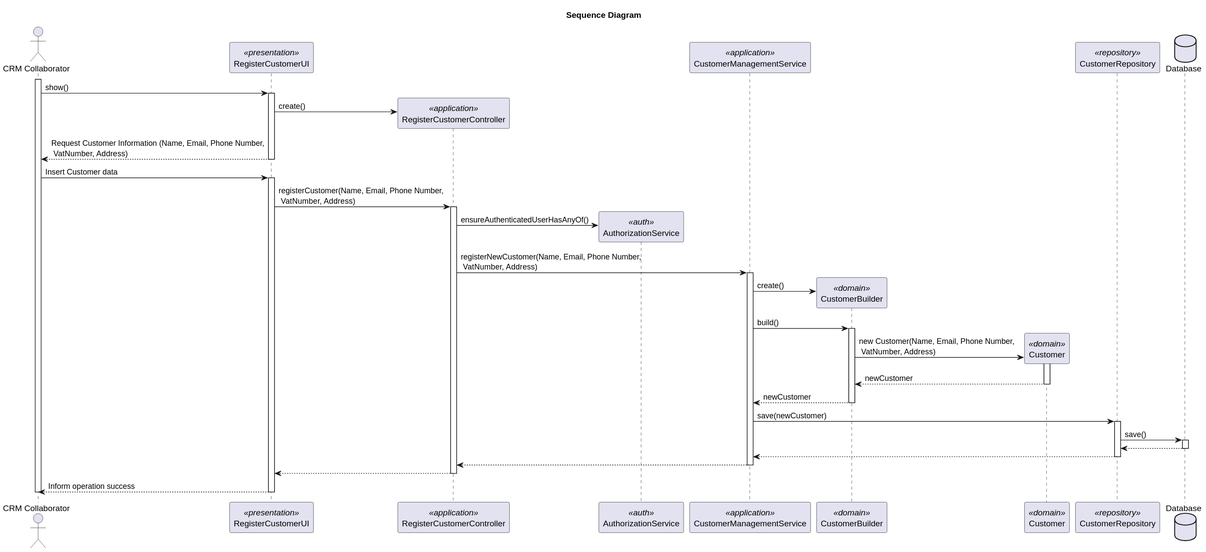
This is docs/Sprint2/us_220/images/sequence-diagram-US220.svg from rubenFreitas1/ISEP-LAPR4-2024-2025, a PlantUML export, as it was before one commit.
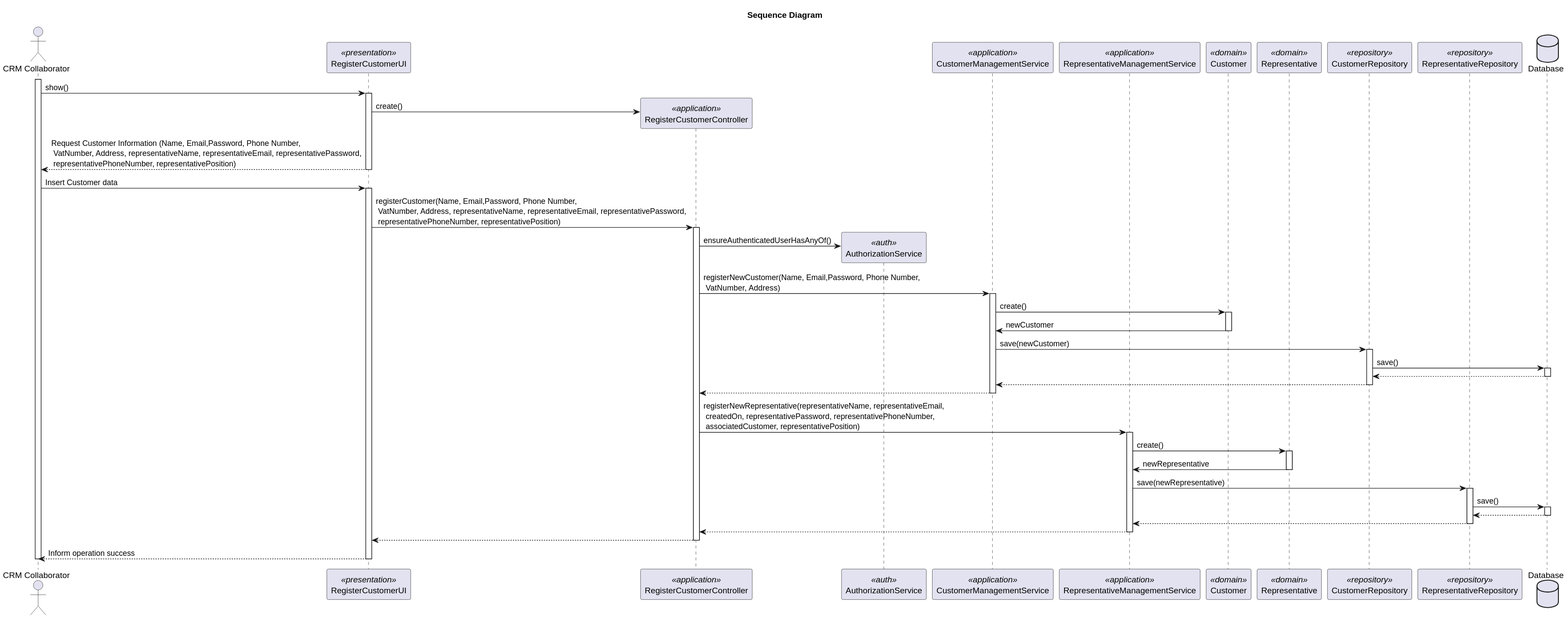
After the commit.

The edit, as a diff of the source:
```diff
@@ -6,9 +6,11 @@
 participant "RegisterCustomerController" as Controller <<application>>
 participant "AuthorizationService" as AuthorizationService <<auth>>
 participant "CustomerManagementService" as CustomerManagementService <<application>>
-participant "CustomerBuilder" as CustomerBuilder <<domain>>
+participant "RepresentativeManagementService" as RepresentativeManagementService <<application>>
 participant "Customer" as Customer <<domain>>
+participant "Representative" as Representative <<domain>>
 participant "CustomerRepository" as CustomerRepository <<repository>>
+participant "RepresentativeRepository" as RepresentativeRepository <<repository>>
 database "Database" as Database
 
 activate Actor
@@ -18,7 +20,7 @@
 
 UI -> Controller** : create()
 
-UI --> Actor: Request Customer Information (Name, Email, Phone Number,\n VatNumber, Address)
+UI --> Actor: Request Customer Information (Name, Email,Password, Phone Number,\n VatNumber, Address, representativeName, representativeEmail, representativePassword,\n representativePhoneNumber, representativePosition)
 deactivate UI
 
 Actor -> UI: Insert Customer data
@@ -26,30 +28,24 @@
 
     activate UI
 
-        UI -> Controller : registerCustomer(Name, Email, Phone Number,\n VatNumber, Address)
+        UI -> Controller : registerCustomer(Name, Email,Password, Phone Number,\n VatNumber, Address, representativeName, representativeEmail, representativePassword,\n representativePhoneNumber, representativePosition)
             activate Controller
 
                 Controller -> AuthorizationService** : ensureAuthenticatedUserHasAnyOf()
 
                 deactivate AuthorizationService
 
-                Controller -> CustomerManagementService : registerNewCustomer(Name, Email, Phone Number,\n VatNumber, Address)
+                Controller -> CustomerManagementService : registerNewCustomer(Name, Email,Password, Phone Number,\n VatNumber, Address)
                 activate CustomerManagementService
 
-                    CustomerManagementService -> CustomerBuilder** : create()
-                    CustomerManagementService -> CustomerBuilder : build()
-                    activate CustomerBuilder
 
-                        CustomerBuilder -> Customer**: new Customer(Name, Email, Phone Number,\n VatNumber, Address)
+                    CustomerManagementService -> Customer : create()
+                    activate Customer
 
-                         activate Customer
 
-                         Customer --> CustomerBuilder : newCustomer
-                         deactivate Customer
+                    Customer -> CustomerManagementService : newCustomer
 
-                          CustomerBuilder --> CustomerManagementService : newCustomer
-
-                    deactivate CustomerBuilder
+                    deactivate Customer
 
 
                     CustomerManagementService -> CustomerRepository : save(newCustomer)
@@ -68,6 +64,26 @@
                     CustomerManagementService --> Controller
                 deactivate CustomerManagementService
 
+                Controller -> RepresentativeManagementService : registerNewRepresentative(representativeName, representativeEmail,\n createdOn, representativePassword, representativePhoneNumber,\n associatedCustomer, representativePosition)
+                activate RepresentativeManagementService
+
+                RepresentativeManagementService ->Representative:create()
+                activate Representative
+                Representative -> RepresentativeManagementService : newRepresentative
+                deactivate Representative
+
+                RepresentativeManagementService -> RepresentativeRepository :save(newRepresentative)
+                activate RepresentativeRepository
+                RepresentativeRepository ->Database :save()
+                activate Database
+                Database --> RepresentativeRepository
+                deactivate Database
+                RepresentativeRepository -->RepresentativeManagementService
+                deactivate RepresentativeRepository
+                RepresentativeManagementService --> Controller
+                deactivate RepresentativeManagementService
+
+
                 Controller --> UI
             deactivate Controller
         UI --> Actor : Inform operation success
```
